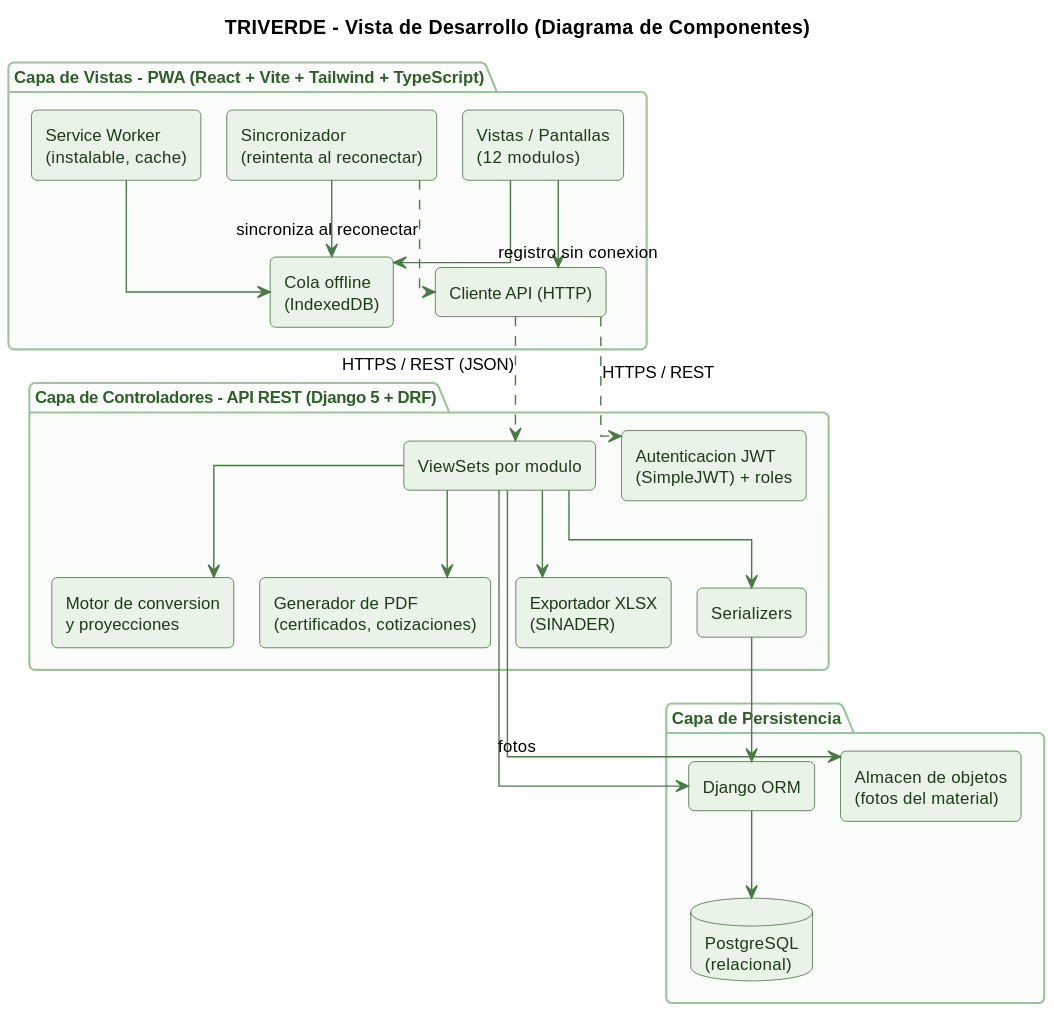
kenjikaese/Triverde keeps this PlantUML diagram as docs/trabajo-grupal/diagramas/arquitectura/componentes.svg. Above is the earlier version.
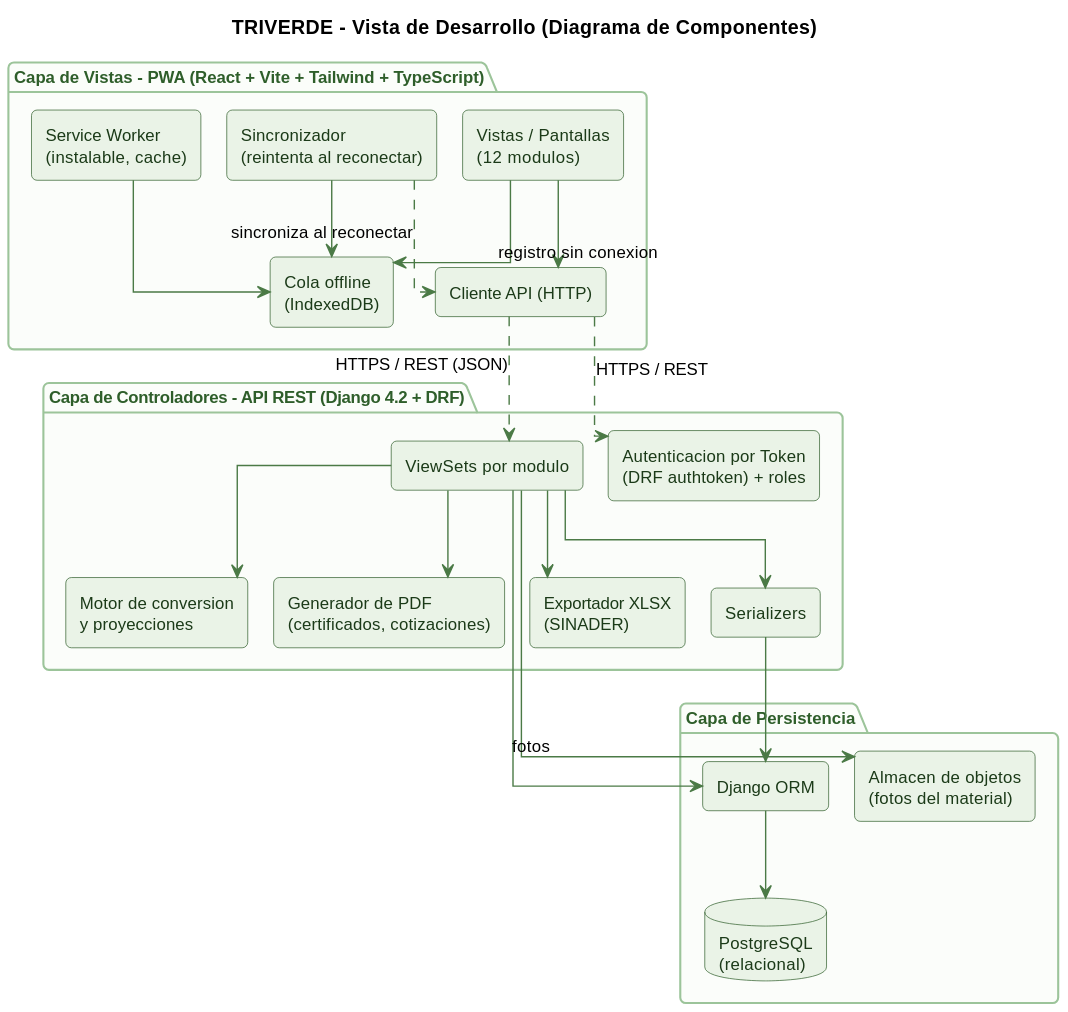
The same file after the commit.

Commit message:
Inc 2: casos de prueba y log de la suite, modelo de datos y arquitectura regenerados (Django 4.2/Token DRF)

Change to the diagram source:
```diff
@@ -37,8 +37,8 @@
   [Cliente API (HTTP)] as ApiClient
 }
 
-package "Capa de Controladores - API REST (Django 5 + DRF)" {
-  [Autenticacion JWT\n(SimpleJWT) + roles] as Auth
+package "Capa de Controladores - API REST (Django 4.2 + DRF)" {
+  [Autenticacion por Token\n(DRF authtoken) + roles] as Auth
   [ViewSets por modulo] as Ctrl
   [Motor de conversion\ny proyecciones] as Motor
   [Generador de PDF\n(certificados, cotizaciones)] as PDF
```
